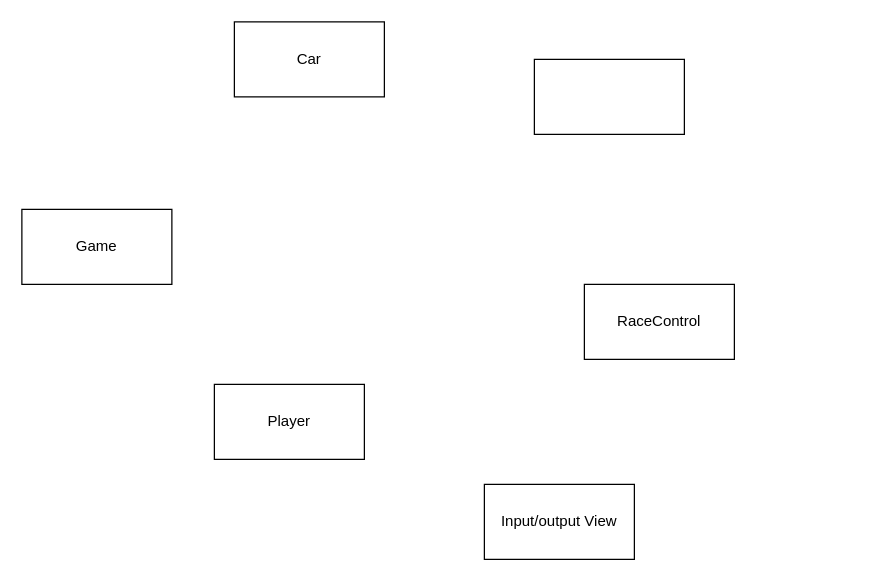
Before: docs/제목 없는 다이어그램.drawio in tjdxo1193/java-racingcar-6, a draw.io diagram. Source tidied: cells renumbered, new cells numbered last; positions are measured from the earlier drawing's top-left corner, leaving out a move shared by most shapes. Both pictures are drawn from the tidied source at 125%, with x=0, y=0 at pixel (21, 21).
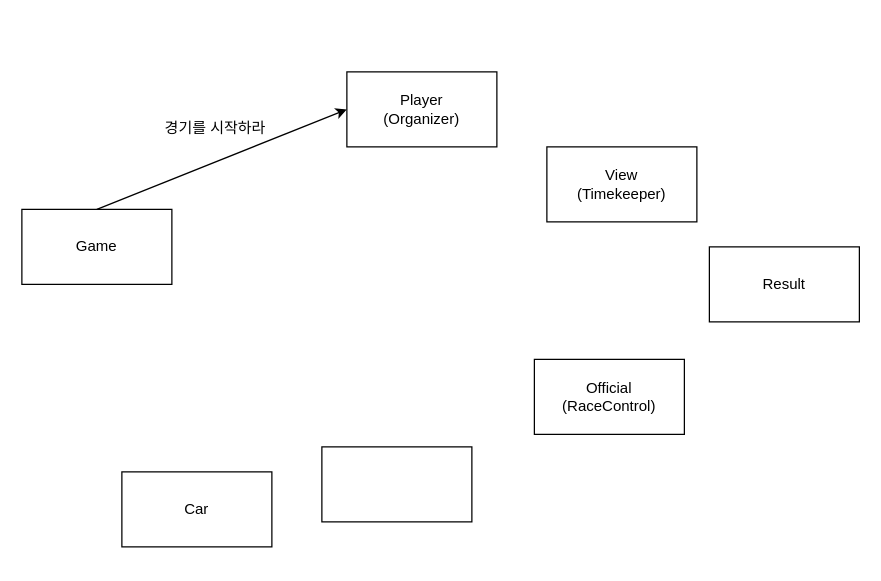
After the change.

Commit message (it also covers changes not shown here):
제목 없는 다이어그램.drawio 업데이트

Diff of the diagram source:
```diff
@@
 <mxGraphModel>
   <root>
     <mxCell id="0" />
     <mxCell id="1" parent="0" />
     <mxCell id="2" value="Car" style="rounded=0;whiteSpace=wrap;html=1;" parent="1" vertex="1">
-      <mxGeometry x="170" width="120" height="60" as="geometry" />
+      <mxGeometry x="80" y="360" width="120" height="60" as="geometry" />
     </mxCell>
-    <mxCell id="3" style="rounded=0;whiteSpace=wrap;html=1;" parent="1" vertex="1">
-      <mxGeometry x="410" y="30" width="120" height="60" as="geometry" />
+    <mxCell id="3" value="Result" style="rounded=0;whiteSpace=wrap;html=1;" parent="1" vertex="1">
+      <mxGeometry x="550" y="180" width="120" height="60" as="geometry" />
     </mxCell>
-    <mxCell id="4" value="Input/output View" style="rounded=0;whiteSpace=wrap;html=1;" parent="1" vertex="1">
-      <mxGeometry x="370" y="370" width="120" height="60" as="geometry" />
+    <mxCell id="4" value="View&lt;br&gt;(Timekeeper)" style="rounded=0;whiteSpace=wrap;html=1;" parent="1" vertex="1">
+      <mxGeometry x="420" y="100" width="120" height="60" as="geometry" />
     </mxCell>
-    <mxCell id="5" value="Player" style="rounded=0;whiteSpace=wrap;html=1;" parent="1" vertex="1">
-      <mxGeometry x="154" y="290" width="120" height="60" as="geometry" />
+    <mxCell id="5" value="Player&lt;br&gt;(Organizer)" style="rounded=0;whiteSpace=wrap;html=1;" parent="1" vertex="1">
+      <mxGeometry x="260" y="40" width="120" height="60" as="geometry" />
     </mxCell>
-    <mxCell id="6" value="RaceControl" style="rounded=0;whiteSpace=wrap;html=1;" parent="1" vertex="1">
-      <mxGeometry x="450" y="210" width="120" height="60" as="geometry" />
+    <mxCell id="6" value="Official&lt;br&gt;(RaceControl)" style="rounded=0;whiteSpace=wrap;html=1;" parent="1" vertex="1">
+      <mxGeometry x="410" y="270" width="120" height="60" as="geometry" />
     </mxCell>
     <mxCell id="7" value="Game" style="rounded=0;whiteSpace=wrap;html=1;" parent="1" vertex="1">
       <mxGeometry y="150" width="120" height="60" as="geometry" />
     </mxCell>
+    <mxCell id="8" style="endArrow=classic;html=1;rounded=0;exitX=0.5;exitY=0;exitDx=0;exitDy=0;entryX=0;entryY=0.5;entryDx=0;entryDy=0;" parent="1" edge="1" source="7" target="5">
+      <mxGeometry relative="1" as="geometry" />
+    </mxCell>
+    <mxCell id="9" value="경기를 시작하라" style="text;html=1;strokeColor=none;fillColor=none;align=center;verticalAlign=middle;whiteSpace=wrap;rounded=0;" parent="1" vertex="1">
+      <mxGeometry x="110" y="70" width="90" height="30" as="geometry" />
+    </mxCell>
+    <mxCell id="10" style="rounded=0;whiteSpace=wrap;html=1;" parent="1" vertex="1">
+      <mxGeometry x="240" y="340" width="120" height="60" as="geometry" />
+    </mxCell>
   </root>
 </mxGraphModel>
```
